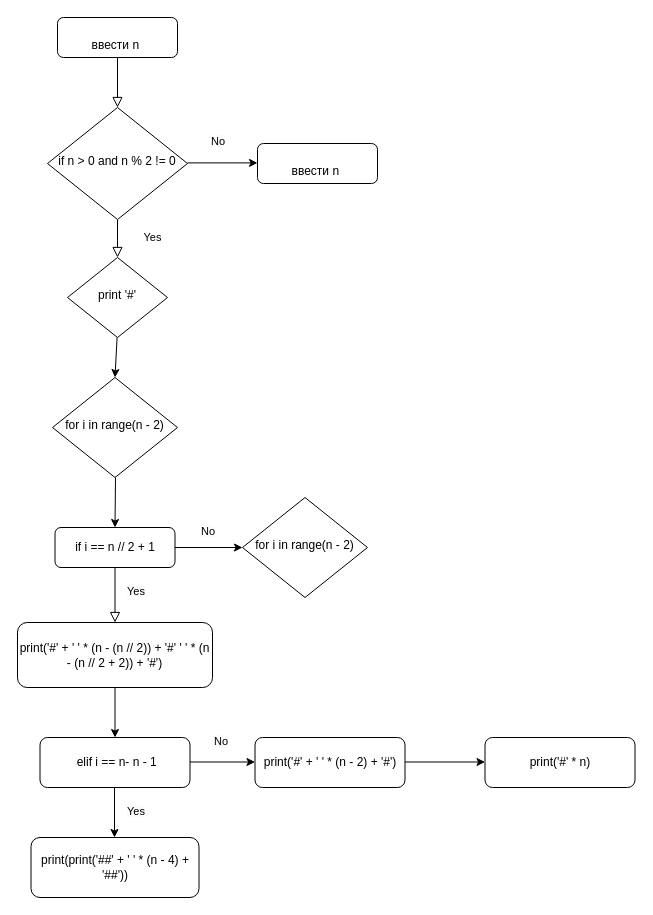
Above: code.drawio in Tredz01/SaponenkoArtemAlgpritm (draw.io), before the change. Source tidied: cells renumbered, new cells numbered last; positions are measured from the earlier drawing's top-left corner, leaving out a move shared by most shapes. Both pictures are drawn from the tidied source at 100%, with x=0, y=0 at pixel (17, 17).
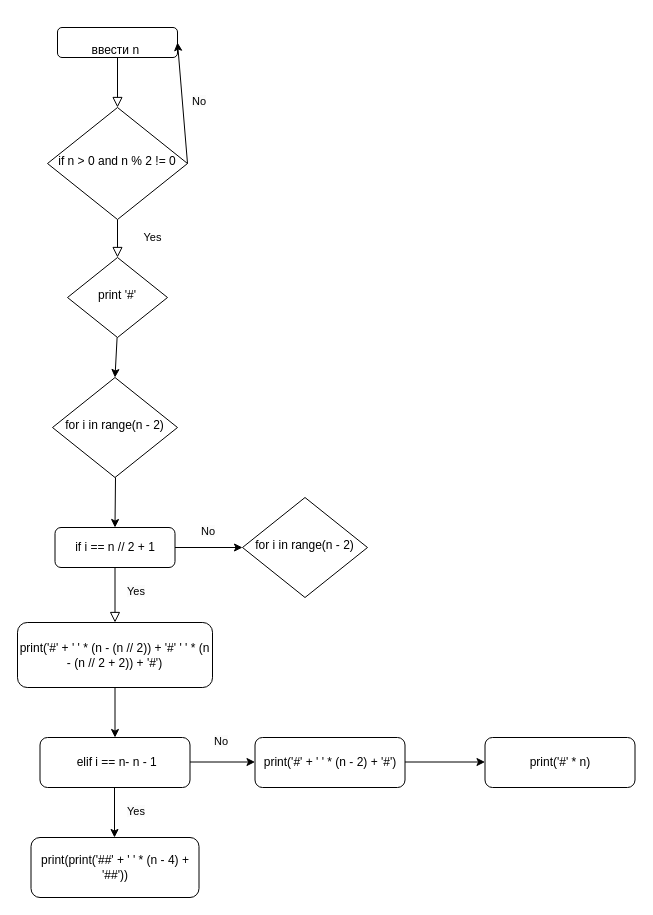
The same page after the edit.

The change refers to these unchanged cells:
```xml
<mxCell id="5" value="if n &amp;gt; 0 and n % 2 != 0" style="rhombus;whiteSpace=wrap;html=1;shadow=0;fontFamily=Helvetica;fontSize=12;align=center;strokeWidth=1;spacing=6;spacingTop=-4;" parent="1" vertex="1">
  <mxGeometry x="30" y="90" width="140" height="112" as="geometry" />
</mxCell>
```

The edit, as a diff of the source:
```diff
@@
     <mxCell id="3" value="&lt;div&gt;&lt;br&gt;&lt;/div&gt;&lt;div&gt;ввести n&amp;nbsp;&lt;/div&gt;" style="rounded=1;whiteSpace=wrap;html=1;fontSize=12;glass=0;strokeWidth=1;shadow=0;" parent="1" vertex="1">
-      <mxGeometry x="40" width="120" height="40" as="geometry" />
+      <mxGeometry x="40" y="10" width="120" height="30" as="geometry" />
     </mxCell>
@@
-    <mxCell id="10" style="endArrow=classic;html=1;rounded=0;" parent="1" edge="1">
-      <mxGeometry relative="1" as="geometry">
-        <mxPoint x="170" y="145.4" as="sourcePoint" />
-        <mxPoint x="240" y="145.4" as="targetPoint" />
-      </mxGeometry>
-    </mxCell>
-    <mxCell id="11" value="&lt;div&gt;&lt;br&gt;&lt;/div&gt;&lt;div&gt;ввести n&amp;nbsp;&lt;/div&gt;" style="rounded=1;whiteSpace=wrap;html=1;fontSize=12;glass=0;strokeWidth=1;shadow=0;" parent="1" vertex="1">
-      <mxGeometry x="240" y="126" width="120" height="40" as="geometry" />
-    </mxCell>
@@
     <mxCell id="29" value="&lt;span style=&quot;color: rgb(0, 0, 0); font-family: Helvetica; font-size: 11px; font-style: normal; font-variant-ligatures: normal; font-variant-caps: normal; font-weight: 400; letter-spacing: normal; orphans: 2; text-align: center; text-indent: 0px; text-transform: none; widows: 2; word-spacing: 0px; -webkit-text-stroke-width: 0px; white-space: nowrap; background-color: rgb(251, 251, 251); text-decoration-thickness: initial; text-decoration-style: initial; text-decoration-color: initial; display: inline !important; float: none;&quot;&gt;No&lt;/span&gt;" style="text;whiteSpace=wrap;html=1;" parent="1" vertex="1">
-      <mxGeometry x="191.5" y="110" width="10" height="30" as="geometry" />
+      <mxGeometry x="172.5" y="70" width="10" height="30" as="geometry" />
     </mxCell>
+    <mxCell id="30" style="endArrow=classic;html=1;rounded=0;exitX=1;exitY=0.5;exitDx=0;exitDy=0;entryX=1;entryY=0.5;entryDx=0;entryDy=0;" parent="1" edge="1" source="5" target="3">
+      <mxGeometry relative="1" as="geometry" />
+    </mxCell>
```
